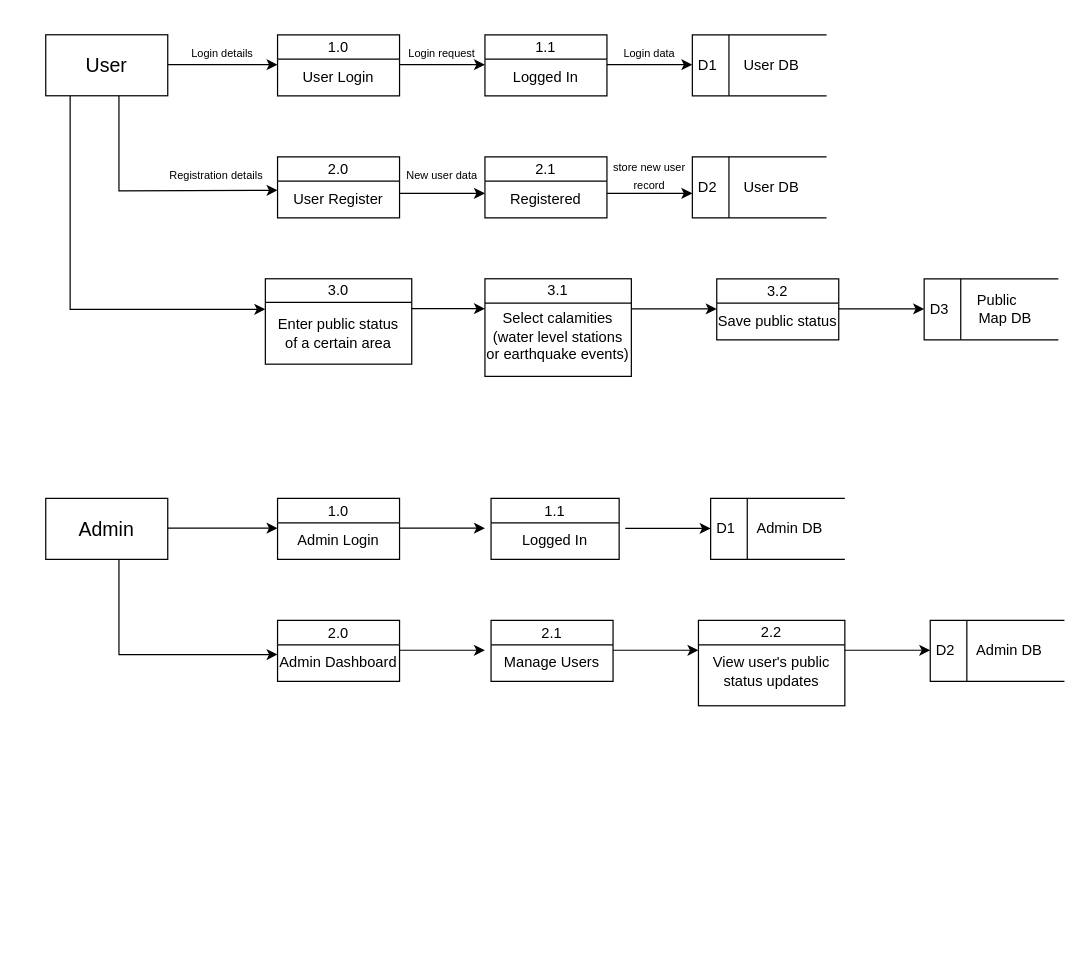
The draw.io diagram DFD1.drawio in N0Obitaz/DrawIODiagrams, before the edit. Source tidied: cells renumbered, new cells numbered last; positions are measured from the earlier drawing's top-left corner, leaving out a move shared by most shapes. Both pictures are drawn from the tidied source at 122%, with x=0, y=0 at pixel (45, 34).
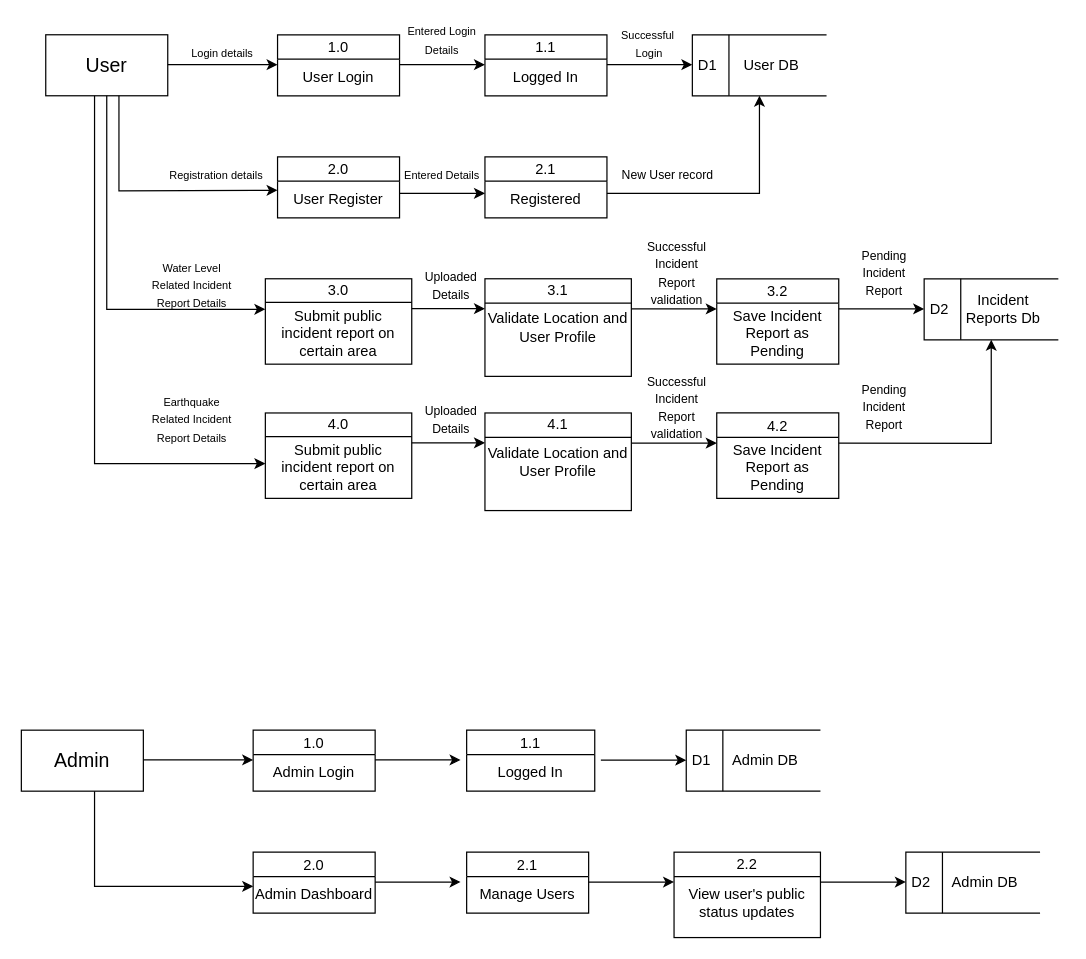
The same diagram, later.

The change refers to these unchanged cells:
```xml
<mxCell id="2" value="&lt;font style=&quot;font-size: 16px;&quot;&gt;User&lt;/font&gt;" style="html=1;dashed=0;whiteSpace=wrap;" parent="1" vertex="1">
  <mxGeometry width="100" height="50" as="geometry" />
</mxCell>
<mxCell id="7" value="D1" style="html=1;dashed=0;whiteSpace=wrap;shape=mxgraph.dfd.dataStoreID;align=left;spacingLeft=3;points=[[0,0],[0.5,0],[1,0],[0,0.5],[1,0.5],[0,1],[0.5,1],[1,1]];" parent="1" vertex="1">
  <mxGeometry x="530" width="110" height="50" as="geometry" />
</mxCell>
```

Change to the diagram source:
```diff
@@
     <mxCell id="16" value="1.1" style="swimlane;fontStyle=0;horizontal=1;startSize=20;fillColor=#ffffff;swimlaneFillColor=#ffffff;" parent="1" vertex="1">
-      <mxGeometry x="365" y="380" width="105" height="50" as="geometry" />
+      <mxGeometry x="345" y="570" width="105" height="50" as="geometry" />
     </mxCell>
@@
-    <mxCell id="18" value="D2" style="html=1;dashed=0;whiteSpace=wrap;shape=mxgraph.dfd.dataStoreID;align=left;spacingLeft=3;" parent="1" vertex="1">
-      <mxGeometry x="530" y="100" width="110" height="50" as="geometry" />
-    </mxCell>
     <mxCell id="19" value="3.2" style="swimlane;fontStyle=0;horizontal=1;startSize=20;fillColor=#ffffff;swimlaneFillColor=#ffffff;" parent="1" vertex="1">
-      <mxGeometry x="550" y="200" width="100" height="50" as="geometry" />
+      <mxGeometry x="550" y="200" width="100" height="70" as="geometry" />
     </mxCell>
-    <mxCell id="20" value="Save public status" style="text;html=1;whiteSpace=wrap;strokeColor=none;fillColor=none;align=center;verticalAlign=middle;rounded=0;" parent="19" vertex="1">
-      <mxGeometry y="20" width="100" height="30" as="geometry" />
+    <mxCell id="20" value="Save Incident Report as Pending" style="text;html=1;whiteSpace=wrap;strokeColor=none;fillColor=none;align=center;verticalAlign=middle;rounded=0;" parent="19" vertex="1">
+      <mxGeometry y="20" width="100" height="50" as="geometry" />
     </mxCell>
-    <mxCell id="21" value="D3" style="html=1;dashed=0;whiteSpace=wrap;shape=mxgraph.dfd.dataStoreID;align=left;spacingLeft=3;points=[[0,0],[0.5,0],[1,0],[0,0.5],[1,0.5],[0,1],[0.5,1],[1,1]];" parent="1" vertex="1">
+    <mxCell id="21" value="D2" style="html=1;dashed=0;whiteSpace=wrap;shape=mxgraph.dfd.dataStoreID;align=left;spacingLeft=3;points=[[0,0],[0.5,0],[1,0],[0,0.5],[1,0.5],[0,1],[0.5,1],[1,1]];" parent="1" vertex="1">
       <mxGeometry x="720" y="200" width="110" height="50" as="geometry" />
     </mxCell>
@@
-    <mxCell id="23" style="endArrow=classic;html=1;rounded=0;" parent="1" edge="1">
+    <mxCell id="23" style="endArrow=classic;html=1;rounded=0;entryX=0.5;entryY=1;entryDx=0;entryDy=0;" parent="1" edge="1" target="7">
       <mxGeometry relative="1" as="geometry">
         <mxPoint x="460" y="130" as="sourcePoint" />
-        <mxPoint x="530" y="130" as="targetPoint" />
+        <Array as="points">
+          <mxPoint x="585" y="130" />
+        </Array>
       </mxGeometry>
     </mxCell>
@@
-    <mxCell id="28" style="endArrow=classic;html=1;rounded=0;" parent="1" edge="1">
+    <mxCell id="28" style="endArrow=classic;html=1;rounded=0;exitX=0.5;exitY=1;exitDx=0;exitDy=0;" parent="1" edge="1" source="2">
       <mxGeometry relative="1" as="geometry">
-        <mxPoint x="20" y="50" as="sourcePoint" />
         <mxPoint x="180" y="225" as="targetPoint" />
         <Array as="points">
-          <mxPoint x="20" y="225" />
+          <mxPoint x="50" y="225" />
         </Array>
       </mxGeometry>
     </mxCell>
-    <mxCell id="29" value="User DB" style="text;html=1;whiteSpace=wrap;strokeColor=none;fillColor=none;align=center;verticalAlign=middle;rounded=0;" parent="1" vertex="1">
-      <mxGeometry x="565" y="110" width="60" height="30" as="geometry" />
-    </mxCell>
-    <mxCell id="30" value="&lt;div&gt;&lt;br&gt;&lt;/div&gt;&lt;div&gt;Select calamities (water level stations or earthquake events)&lt;/div&gt;" style="rounded=0;whiteSpace=wrap;html=1;" parent="1" vertex="1">
+    <mxCell id="30" value="&lt;div&gt;Validate Location and User Profile&lt;/div&gt;" style="rounded=0;whiteSpace=wrap;html=1;" parent="1" vertex="1">
       <mxGeometry x="360" y="200" width="120" height="80" as="geometry" />
     </mxCell>
@@
-    <mxCell id="33" value="Public&amp;nbsp; &amp;nbsp; &amp;nbsp;Map DB" style="text;html=1;whiteSpace=wrap;strokeColor=none;fillColor=none;align=center;verticalAlign=middle;rounded=0;" parent="1" vertex="1">
+    <mxCell id="33" value="Incident Reports Db" style="text;html=1;whiteSpace=wrap;strokeColor=none;fillColor=none;align=center;verticalAlign=middle;rounded=0;" parent="1" vertex="1">
       <mxGeometry x="750" y="210" width="70" height="30" as="geometry" />
     </mxCell>
     <mxCell id="34" value="&lt;span style=&quot;font-size: 16px;&quot;&gt;Admin&lt;/span&gt;" style="html=1;dashed=0;whiteSpace=wrap;" parent="1" vertex="1">
-      <mxGeometry y="380" width="100" height="50" as="geometry" />
+      <mxGeometry x="-20" y="570" width="100" height="50" as="geometry" />
     </mxCell>
     <mxCell id="35" style="endArrow=classic;html=1;rounded=0;" parent="1" edge="1">
       <mxGeometry relative="1" as="geometry">
-        <mxPoint x="100" y="404.4" as="sourcePoint" />
-        <mxPoint x="190" y="404.4" as="targetPoint" />
+        <mxPoint x="80" y="594.4" as="sourcePoint" />
+        <mxPoint x="170" y="594.4" as="targetPoint" />
       </mxGeometry>
     </mxCell>
     <mxCell id="36" value="1.0" style="swimlane;fontStyle=0;horizontal=1;startSize=20;fillColor=#ffffff;swimlaneFillColor=#ffffff;" parent="1" vertex="1">
-      <mxGeometry x="190" y="380" width="100" height="50" as="geometry" />
+      <mxGeometry x="170" y="570" width="100" height="50" as="geometry" />
     </mxCell>
@@
     <mxCell id="38" style="endArrow=classic;html=1;rounded=0;" parent="1" edge="1">
       <mxGeometry relative="1" as="geometry">
-        <mxPoint x="290" y="404.4" as="sourcePoint" />
-        <mxPoint x="360" y="404.4" as="targetPoint" />
+        <mxPoint x="270" y="594.4" as="sourcePoint" />
+        <mxPoint x="340" y="594.4" as="targetPoint" />
       </mxGeometry>
     </mxCell>
     <mxCell id="39" style="endArrow=classic;html=1;rounded=0;" parent="1" edge="1">
       <mxGeometry relative="1" as="geometry">
-        <mxPoint x="475" y="404.6" as="sourcePoint" />
-        <mxPoint x="545" y="404.6" as="targetPoint" />
+        <mxPoint x="455" y="594.6" as="sourcePoint" />
+        <mxPoint x="525" y="594.6" as="targetPoint" />
       </mxGeometry>
     </mxCell>
     <mxCell id="40" value="D1" style="html=1;dashed=0;whiteSpace=wrap;shape=mxgraph.dfd.dataStoreID;align=left;spacingLeft=3;" parent="1" vertex="1">
-      <mxGeometry x="545" y="380" width="110" height="50" as="geometry" />
+      <mxGeometry x="525" y="570" width="110" height="50" as="geometry" />
     </mxCell>
     <mxCell id="41" style="endArrow=classic;html=1;rounded=0;entryX=0;entryY=0.25;entryDx=0;entryDy=0;" parent="1" edge="1">
       <mxGeometry relative="1" as="geometry">
-        <mxPoint x="60" y="430" as="sourcePoint" />
-        <mxPoint x="190" y="508" as="targetPoint" />
+        <mxPoint x="40" y="620" as="sourcePoint" />
+        <mxPoint x="170" y="698" as="targetPoint" />
         <Array as="points">
-          <mxPoint x="60" y="508" />
+          <mxPoint x="40" y="698" />
         </Array>
       </mxGeometry>
     </mxCell>
     <mxCell id="42" value="2.0" style="swimlane;fontStyle=0;horizontal=1;startSize=20;fillColor=#ffffff;swimlaneFillColor=#ffffff;" parent="1" vertex="1">
-      <mxGeometry x="190" y="480" width="100" height="50" as="geometry" />
+      <mxGeometry x="170" y="670" width="100" height="50" as="geometry" />
     </mxCell>
@@
     <mxCell id="44" style="endArrow=classic;html=1;rounded=0;" parent="1" edge="1">
       <mxGeometry relative="1" as="geometry">
-        <mxPoint x="290" y="504.5" as="sourcePoint" />
-        <mxPoint x="360" y="504.5" as="targetPoint" />
+        <mxPoint x="270" y="694.5" as="sourcePoint" />
+        <mxPoint x="340" y="694.5" as="targetPoint" />
       </mxGeometry>
     </mxCell>
     <mxCell id="45" value="2.1" style="swimlane;fontStyle=0;horizontal=1;startSize=20;fillColor=#ffffff;swimlaneFillColor=#ffffff;" parent="1" vertex="1">
-      <mxGeometry x="365" y="480" width="100" height="50" as="geometry" />
+      <mxGeometry x="345" y="670" width="100" height="50" as="geometry" />
     </mxCell>
@@
     <mxCell id="47" style="endArrow=classic;html=1;rounded=0;" parent="1" edge="1">
       <mxGeometry relative="1" as="geometry">
-        <mxPoint x="465" y="504.5" as="sourcePoint" />
-        <mxPoint x="535" y="504.5" as="targetPoint" />
+        <mxPoint x="445" y="694.5" as="sourcePoint" />
+        <mxPoint x="515" y="694.5" as="targetPoint" />
       </mxGeometry>
     </mxCell>
     <mxCell id="48" value="&lt;div&gt;&lt;br&gt;&lt;/div&gt;View user's public status updates" style="rounded=0;whiteSpace=wrap;html=1;" parent="1" vertex="1">
-      <mxGeometry x="535" y="480" width="120" height="70" as="geometry" />
+      <mxGeometry x="515" y="670" width="120" height="70" as="geometry" />
     </mxCell>
     <mxCell id="49" value="D2" style="html=1;dashed=0;whiteSpace=wrap;shape=mxgraph.dfd.dataStoreID;align=left;spacingLeft=3;" parent="1" vertex="1">
-      <mxGeometry x="725" y="480" width="110" height="50" as="geometry" />
+      <mxGeometry x="705" y="670" width="110" height="50" as="geometry" />
     </mxCell>
     <mxCell id="50" style="endArrow=classic;html=1;rounded=0;" parent="1" edge="1">
       <mxGeometry relative="1" as="geometry">
-        <mxPoint x="655" y="504.5" as="sourcePoint" />
-        <mxPoint x="725" y="504.5" as="targetPoint" />
+        <mxPoint x="635" y="694.5" as="sourcePoint" />
+        <mxPoint x="705" y="694.5" as="targetPoint" />
       </mxGeometry>
     </mxCell>
     <mxCell id="51" value="Admin DB" style="text;html=1;whiteSpace=wrap;strokeColor=none;fillColor=none;align=center;verticalAlign=middle;rounded=0;" parent="1" vertex="1">
-      <mxGeometry x="580" y="390" width="60" height="30" as="geometry" />
+      <mxGeometry x="560" y="580" width="60" height="30" as="geometry" />
     </mxCell>
     <mxCell id="52" value="2.2" style="text;html=1;whiteSpace=wrap;strokeColor=none;fillColor=none;align=center;verticalAlign=middle;rounded=0;" parent="1" vertex="1">
-      <mxGeometry x="555" y="480" width="80" height="20" as="geometry" />
+      <mxGeometry x="535" y="670" width="80" height="20" as="geometry" />
     </mxCell>
     <mxCell id="53" style="endArrow=none;html=1;rounded=0;" parent="1" edge="1">
       <mxGeometry relative="1" as="geometry">
-        <mxPoint x="535" y="500" as="sourcePoint" />
-        <mxPoint x="655" y="500" as="targetPoint" />
+        <mxPoint x="515" y="690" as="sourcePoint" />
+        <mxPoint x="635" y="690" as="targetPoint" />
       </mxGeometry>
     </mxCell>
     <mxCell id="54" value="Admin DB" style="text;html=1;whiteSpace=wrap;strokeColor=none;fillColor=none;align=center;verticalAlign=middle;rounded=0;" parent="1" vertex="1">
-      <mxGeometry x="760" y="490" width="60" height="30" as="geometry" />
+      <mxGeometry x="740" y="680" width="60" height="30" as="geometry" />
     </mxCell>
@@
-    <mxCell id="58" value="Enter public status of a certain area" style="text;html=1;whiteSpace=wrap;strokeColor=none;fillColor=none;align=center;verticalAlign=middle;rounded=0;" parent="1" vertex="1">
+    <mxCell id="58" value="Submit public incident report on certain area" style="text;html=1;whiteSpace=wrap;strokeColor=none;fillColor=none;align=center;verticalAlign=middle;rounded=0;" parent="1" vertex="1">
       <mxGeometry x="185" y="230" width="110" height="30" as="geometry" />
     </mxCell>
@@
-    <mxCell id="60" value="&lt;font style=&quot;font-size: 9px;&quot;&gt;Login request&lt;/font&gt;" style="text;html=1;whiteSpace=wrap;strokeColor=none;fillColor=none;align=center;verticalAlign=middle;rounded=0;" parent="1" vertex="1">
-      <mxGeometry x="285" width="80" height="30" as="geometry" />
+    <mxCell id="60" value="&lt;font style=&quot;font-size: 9px;&quot;&gt;Entered Login Details&lt;/font&gt;" style="text;html=1;whiteSpace=wrap;strokeColor=none;fillColor=none;align=center;verticalAlign=middle;rounded=0;" parent="1" vertex="1">
+      <mxGeometry x="285" y="-11" width="80" height="30" as="geometry" />
     </mxCell>
-    <mxCell id="61" value="&lt;font style=&quot;font-size: 9px;&quot;&gt;Login data&lt;/font&gt;" style="text;html=1;whiteSpace=wrap;strokeColor=none;fillColor=none;align=center;verticalAlign=middle;rounded=0;" parent="1" vertex="1">
-      <mxGeometry x="455" width="80" height="30" as="geometry" />
+    <mxCell id="61" value="&lt;font style=&quot;font-size: 9px;&quot;&gt;Successful&amp;nbsp;&lt;/font&gt;&lt;div&gt;&lt;font style=&quot;font-size: 9px;&quot;&gt;Login&lt;/font&gt;&lt;/div&gt;" style="text;html=1;whiteSpace=wrap;strokeColor=none;fillColor=none;align=center;verticalAlign=middle;rounded=0;" parent="1" vertex="1">
+      <mxGeometry x="455" y="-8" width="80" height="30" as="geometry" />
     </mxCell>
@@
-    <mxCell id="63" value="&lt;font style=&quot;font-size: 9px;&quot;&gt;New user data&lt;/font&gt;" style="text;html=1;whiteSpace=wrap;strokeColor=none;fillColor=none;align=center;verticalAlign=middle;rounded=0;" parent="1" vertex="1">
+    <mxCell id="63" value="&lt;font style=&quot;font-size: 9px;&quot;&gt;Entered Details&lt;/font&gt;" style="text;html=1;whiteSpace=wrap;strokeColor=none;fillColor=none;align=center;verticalAlign=middle;rounded=0;" parent="1" vertex="1">
       <mxGeometry x="285" y="100" width="80" height="30" as="geometry" />
     </mxCell>
-    <mxCell id="64" value="&lt;font style=&quot;font-size: 9px;&quot;&gt;store new user record&lt;/font&gt;" style="text;html=1;whiteSpace=wrap;strokeColor=none;fillColor=none;align=center;verticalAlign=middle;rounded=0;" parent="1" vertex="1">
-      <mxGeometry x="455" y="100" width="80" height="30" as="geometry" />
+    <mxCell id="64" value="&lt;font size=&quot;1&quot;&gt;New User record&lt;/font&gt;" style="text;html=1;whiteSpace=wrap;strokeColor=none;fillColor=none;align=center;verticalAlign=middle;rounded=0;" parent="1" vertex="1">
+      <mxGeometry x="470" y="100" width="80" height="30" as="geometry" />
     </mxCell>
+    <mxCell id="65" value="&lt;font style=&quot;font-size: 9px;&quot;&gt;Water Level Related Incident Report Details&lt;/font&gt;" style="text;html=1;whiteSpace=wrap;strokeColor=none;fillColor=none;align=center;verticalAlign=middle;rounded=0;" parent="1" vertex="1">
+      <mxGeometry x="80" y="190" width="80" height="30" as="geometry" />
+    </mxCell>
+    <mxCell id="66" value="&lt;font size=&quot;1&quot;&gt;Uploaded Details&lt;/font&gt;" style="text;html=1;whiteSpace=wrap;strokeColor=none;fillColor=none;align=center;verticalAlign=middle;rounded=0;" parent="1" vertex="1">
+      <mxGeometry x="305" y="190" width="55" height="30" as="geometry" />
+    </mxCell>
+    <mxCell id="67" value="&lt;font size=&quot;1&quot;&gt;Successful Incident Report validation&lt;/font&gt;" style="text;html=1;whiteSpace=wrap;strokeColor=none;fillColor=none;align=center;verticalAlign=middle;rounded=0;" parent="1" vertex="1">
+      <mxGeometry x="490" y="180" width="55" height="30" as="geometry" />
+    </mxCell>
+    <mxCell id="68" value="4.2" style="swimlane;fontStyle=0;horizontal=1;startSize=20;fillColor=#ffffff;swimlaneFillColor=#ffffff;" parent="1" vertex="1">
+      <mxGeometry x="550" y="310" width="100" height="70" as="geometry" />
+    </mxCell>
+    <mxCell id="69" value="Save Incident Report as Pending" style="text;html=1;whiteSpace=wrap;strokeColor=none;fillColor=none;align=center;verticalAlign=middle;rounded=0;" parent="68" vertex="1">
+      <mxGeometry y="20" width="100" height="50" as="geometry" />
+    </mxCell>
+    <mxCell id="70" style="endArrow=classic;html=1;rounded=0;" parent="1" edge="1">
+      <mxGeometry relative="1" as="geometry">
+        <mxPoint x="290" y="334.5" as="sourcePoint" />
+        <mxPoint x="360" y="334.5" as="targetPoint" />
+      </mxGeometry>
+    </mxCell>
+    <mxCell id="71" style="endArrow=classic;html=1;rounded=0;" parent="1" edge="1">
+      <mxGeometry relative="1" as="geometry">
+        <mxPoint x="480" y="334.7" as="sourcePoint" />
+        <mxPoint x="550" y="334.7" as="targetPoint" />
+      </mxGeometry>
+    </mxCell>
+    <mxCell id="72" style="endArrow=classic;html=1;rounded=0;entryX=0.5;entryY=1;entryDx=0;entryDy=0;" parent="1" edge="1" target="21">
+      <mxGeometry relative="1" as="geometry">
+        <mxPoint x="650" y="334.7" as="sourcePoint" />
+        <Array as="points">
+          <mxPoint x="775" y="335" />
+        </Array>
+      </mxGeometry>
+    </mxCell>
+    <mxCell id="73" value="&lt;div&gt;Validate Location and User Profile&lt;/div&gt;" style="rounded=0;whiteSpace=wrap;html=1;" parent="1" vertex="1">
+      <mxGeometry x="360" y="310" width="120" height="80" as="geometry" />
+    </mxCell>
+    <mxCell id="74" style="endArrow=none;html=1;rounded=0;" parent="1" edge="1">
+      <mxGeometry relative="1" as="geometry">
+        <mxPoint x="360" y="330" as="sourcePoint" />
+        <mxPoint x="450" y="330" as="targetPoint" />
+        <Array as="points">
+          <mxPoint x="450" y="330" />
+          <mxPoint x="480" y="330" />
+        </Array>
+      </mxGeometry>
+    </mxCell>
+    <mxCell id="75" value="4.1" style="text;html=1;whiteSpace=wrap;strokeColor=none;fillColor=none;align=center;verticalAlign=middle;rounded=0;" parent="1" vertex="1">
+      <mxGeometry x="380" y="310" width="80" height="20" as="geometry" />
+    </mxCell>
+    <mxCell id="76" style="rounded=0;whiteSpace=wrap;html=1;" parent="1" vertex="1">
+      <mxGeometry x="180" y="310" width="120" height="70" as="geometry" />
+    </mxCell>
+    <mxCell id="77" value="4.0" style="text;html=1;whiteSpace=wrap;strokeColor=none;fillColor=none;align=center;verticalAlign=middle;rounded=0;" parent="1" vertex="1">
+      <mxGeometry x="200" y="310" width="80" height="20" as="geometry" />
+    </mxCell>
+    <mxCell id="78" style="endArrow=none;html=1;rounded=0;" parent="1" edge="1">
+      <mxGeometry relative="1" as="geometry">
+        <mxPoint x="180" y="329.4" as="sourcePoint" />
+        <mxPoint x="300" y="329.4" as="targetPoint" />
+      </mxGeometry>
+    </mxCell>
+    <mxCell id="79" value="Submit public incident report on certain area" style="text;html=1;whiteSpace=wrap;strokeColor=none;fillColor=none;align=center;verticalAlign=middle;rounded=0;" parent="1" vertex="1">
+      <mxGeometry x="185" y="340" width="110" height="30" as="geometry" />
+    </mxCell>
+    <mxCell id="80" value="&lt;font style=&quot;font-size: 9px;&quot;&gt;Earthquake Related Incident Report Details&lt;/font&gt;" style="text;html=1;whiteSpace=wrap;strokeColor=none;fillColor=none;align=center;verticalAlign=middle;rounded=0;" parent="1" vertex="1">
+      <mxGeometry x="80" y="300" width="80" height="30" as="geometry" />
+    </mxCell>
+    <mxCell id="81" value="&lt;font size=&quot;1&quot;&gt;Uploaded Details&lt;/font&gt;" style="text;html=1;whiteSpace=wrap;strokeColor=none;fillColor=none;align=center;verticalAlign=middle;rounded=0;" parent="1" vertex="1">
+      <mxGeometry x="305" y="300" width="55" height="30" as="geometry" />
+    </mxCell>
+    <mxCell id="82" value="&lt;font size=&quot;1&quot;&gt;Successful Incident Report validation&lt;/font&gt;" style="text;html=1;whiteSpace=wrap;strokeColor=none;fillColor=none;align=center;verticalAlign=middle;rounded=0;" parent="1" vertex="1">
+      <mxGeometry x="490" y="290" width="55" height="30" as="geometry" />
+    </mxCell>
+    <mxCell id="83" style="edgeStyle=orthogonalEdgeStyle;rounded=0;jettySize=auto;html=1;entryX=0;entryY=0.593;entryDx=0;entryDy=0;entryPerimeter=0;" parent="1" edge="1" source="2" target="76">
+      <mxGeometry relative="1" as="geometry">
+        <Array as="points">
+          <mxPoint x="40" y="352" />
+        </Array>
+      </mxGeometry>
+    </mxCell>
+    <mxCell id="84" value="&lt;font size=&quot;1&quot;&gt;Pending Incident Report&lt;/font&gt;" style="text;html=1;whiteSpace=wrap;strokeColor=none;fillColor=none;align=center;verticalAlign=middle;rounded=0;" parent="1" vertex="1">
+      <mxGeometry x="660" y="290" width="55" height="30" as="geometry" />
+    </mxCell>
+    <mxCell id="85" value="&lt;font size=&quot;1&quot;&gt;Pending Incident Report&lt;/font&gt;" style="text;html=1;whiteSpace=wrap;strokeColor=none;fillColor=none;align=center;verticalAlign=middle;rounded=0;" parent="1" vertex="1">
+      <mxGeometry x="660" y="180" width="55" height="30" as="geometry" />
+    </mxCell>
```
